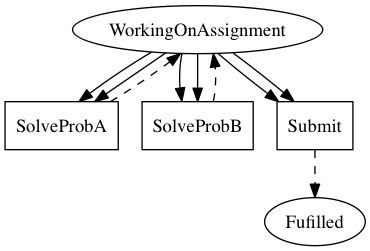
This is linear_state_machine_language/pyL4/examples/out_graphviz/toy_and_teaching/partner_assignment_relievable_obligations.png from Marcao02/complaw-deeptech, a Graphviz export, as it was before one commit. Its source is kept beside it as linear_state_machine_language/pyL4/examples/out_graphviz/toy_and_teaching/partner_assignment_relievable_obligations.dot.
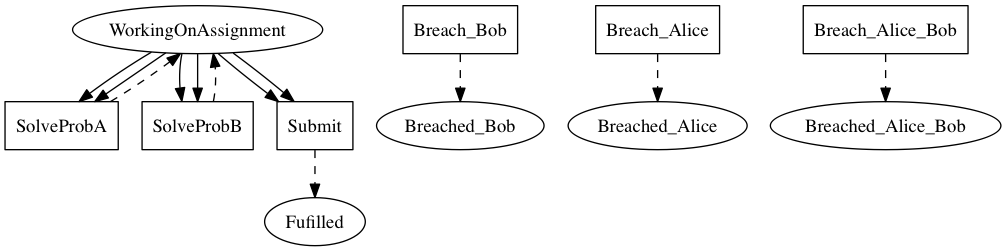
The same file after the commit.

What changed in the source:
```diff
@@ -1,12 +1,18 @@
 
 digraph partner_assignment_demonstrating_relievable_obligations {
     Fulfilled[label=Fufilled];
-    WorkingOnAssignment[label=WorkingOnAssignment]
+    WorkingOnAssignment[label=WorkingOnAssignment];
+	Breached_Bob[label=Breached_Bob];
+	Breached_Alice[label=Breached_Alice];
+	Breached_Alice_Bob[label=Breached_Alice_Bob]
 
 
     SolveProbA[label=SolveProbA,shape=box];
 	SolveProbB[label=SolveProbB,shape=box];
-	Submit[label=Submit,shape=box]
+	Submit[label=Submit,shape=box];
+	Breach_Bob[label=Breach_Bob,shape=box];
+	Breach_Alice[label=Breach_Alice,shape=box];
+	Breach_Alice_Bob[label=Breach_Alice_Bob,shape=box]
 
 
 
@@ -20,6 +26,9 @@
     SolveProbA -> WorkingOnAssignment [style=dashed];
 	SolveProbB -> WorkingOnAssignment [style=dashed];
 	Submit -> Fulfilled [style=dashed];
+	Breach_Bob -> Breached_Bob [style=dashed];
+	Breach_Alice -> Breached_Alice [style=dashed];
+	Breach_Alice_Bob -> Breached_Alice_Bob [style=dashed];
 
 
 
```
